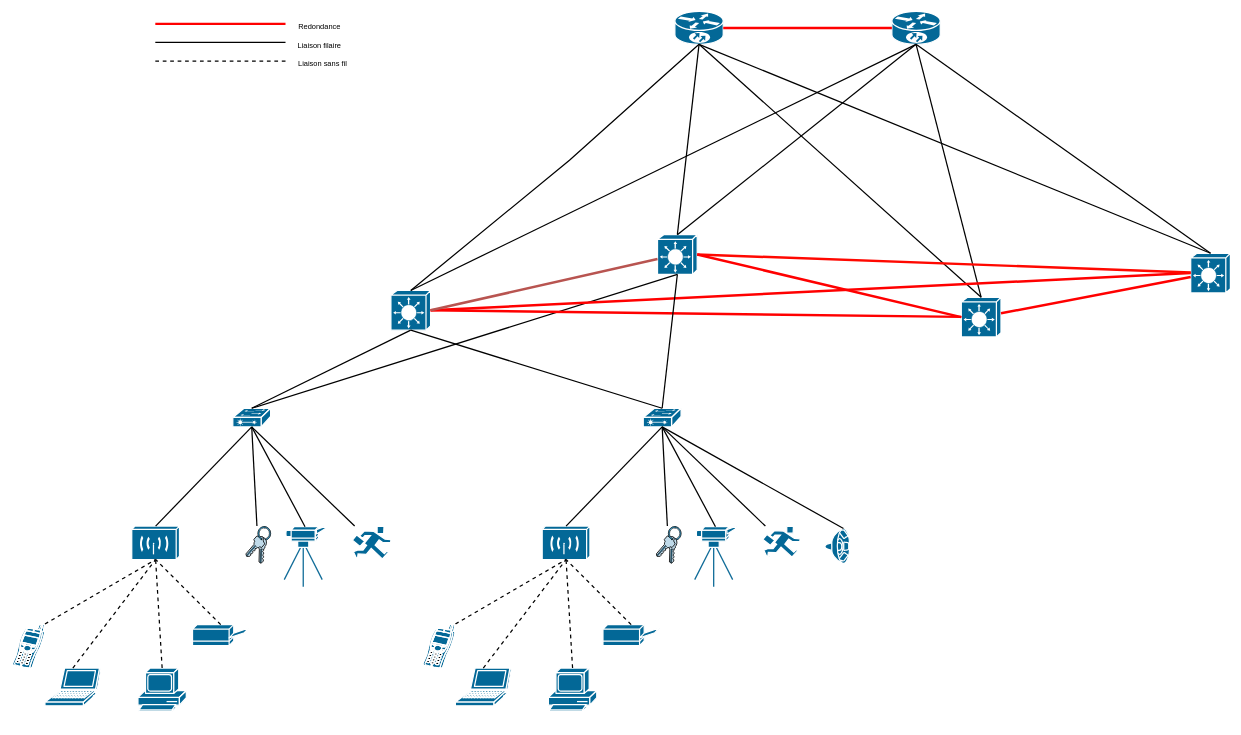
This is schémas/Diagramme sans nom.drawio from MaoenD/Projet_R-seau, a draw.io file, before an edit. Source tidied: cells renumbered, new cells numbered last; positions are measured from the earlier drawing's top-left corner, leaving out a move shared by most shapes. Both pictures are drawn from the tidied source at 62%, with x=0, y=0 at pixel (11, 11).
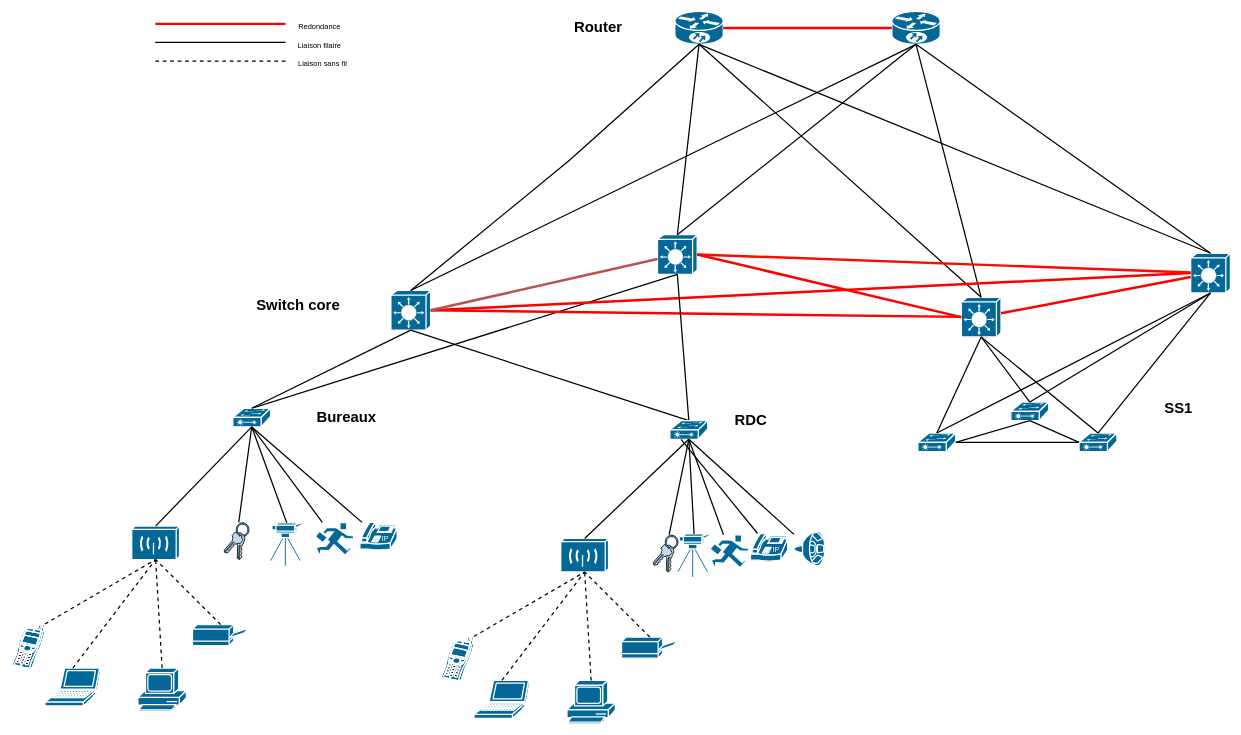
The same page after the edit.

Commit message (it also covers changes not shown here):
Mettre à jour Diagramme sans nom.drawio

Unchanged cells that the change refers to:
```xml
<mxCell id="3" style="shape=mxgraph.cisco.switches.layer_3_switch;sketch=0;html=1;dashed=0;fillColor=#036897;strokeColor=#ffffff;strokeWidth=2;verticalLabelPosition=bottom;verticalAlign=top;align=center;outlineConnect=0;" parent="1" vertex="1">
  <mxGeometry x="612" y="450" width="64" height="64" as="geometry" />
</mxCell>
<mxCell id="4" style="shape=mxgraph.cisco.switches.layer_3_switch;sketch=0;html=1;dashed=0;fillColor=#036897;strokeColor=#ffffff;strokeWidth=2;verticalLabelPosition=bottom;verticalAlign=top;align=center;outlineConnect=0;" parent="1" vertex="1">
  <mxGeometry x="1042" y="360" width="64" height="64" as="geometry" />
</mxCell>
<mxCell id="5" style="shape=mxgraph.cisco.switches.layer_3_switch;sketch=0;html=1;dashed=0;fillColor=#036897;strokeColor=#ffffff;strokeWidth=2;verticalLabelPosition=bottom;verticalAlign=top;align=center;outlineConnect=0;" parent="1" vertex="1">
  <mxGeometry x="1532" y="461" width="64" height="64" as="geometry" />
</mxCell>
<mxCell id="6" style="shape=mxgraph.cisco.switches.layer_3_switch;sketch=0;html=1;dashed=0;fillColor=#036897;strokeColor=#ffffff;strokeWidth=2;verticalLabelPosition=bottom;verticalAlign=top;align=center;outlineConnect=0;" parent="1" vertex="1">
  <mxGeometry x="1902" y="390" width="64" height="64" as="geometry" />
</mxCell>
<mxCell id="9" style="shape=mxgraph.cisco.switches.layer_2_remote_switch;sketch=0;html=1;dashed=0;fillColor=#036897;strokeColor=#ffffff;strokeWidth=2;verticalLabelPosition=bottom;verticalAlign=top;align=center;outlineConnect=0;" parent="1" vertex="1">
  <mxGeometry x="357" y="640" width="61" height="30" as="geometry" />
</mxCell>
```

Diff of the diagram source:
```diff
@@
     <mxCell id="14" style="shape=mxgraph.cisco.computers_and_peripherals.video_camera;sketch=0;html=1;dashed=0;fillColor=#036897;strokeColor=#ffffff;strokeWidth=2;verticalLabelPosition=bottom;verticalAlign=top;align=center;outlineConnect=0;" parent="1" vertex="1">
-      <mxGeometry x="440" y="830" width="67" height="98" as="geometry" />
+      <mxGeometry x="418" y="824" width="52" height="70" as="geometry" />
     </mxCell>
-    <mxCell id="15" style="shape=mxgraph.cisco.computers_and_peripherals.speaker;sketch=0;html=1;dashed=0;fillColor=#036897;strokeColor=#ffffff;strokeWidth=2;verticalLabelPosition=bottom;verticalAlign=top;align=center;outlineConnect=0;" parent="1" vertex="1">
-      <mxGeometry x="1312" y="834" width="40" height="56" as="geometry" />
-    </mxCell>
@@
     <mxCell id="33" style="shape=mxgraph.cisco.misc.keys;sketch=0;html=1;dashed=0;fillColor=#036897;strokeColor=#ffffff;strokeWidth=2;verticalLabelPosition=bottom;verticalAlign=top;align=center;outlineConnect=0;" parent="1" vertex="1">
-      <mxGeometry x="377" y="830" width="41" height="60" as="geometry" />
+      <mxGeometry x="342" y="824" width="41" height="60" as="geometry" />
     </mxCell>
     <mxCell id="34" style="shape=mxgraph.cisco.misc.telecommuter_icon;sketch=0;html=1;dashed=0;fillColor=#036897;strokeColor=#ffffff;strokeWidth=2;verticalLabelPosition=bottom;verticalAlign=top;align=center;outlineConnect=0;" parent="1" vertex="1">
-      <mxGeometry x="550" y="830" width="62" height="53" as="geometry" />
+      <mxGeometry x="490" y="824" width="62" height="53" as="geometry" />
     </mxCell>
@@
-    <mxCell id="43" style="shape=mxgraph.cisco.switches.layer_2_remote_switch;sketch=0;html=1;dashed=0;fillColor=#036897;strokeColor=#ffffff;strokeWidth=2;verticalLabelPosition=bottom;verticalAlign=top;align=center;outlineConnect=0;" parent="1" vertex="1">
-      <mxGeometry x="1019" y="640" width="61" height="30" as="geometry" />
-    </mxCell>
-    <mxCell id="44" style="shape=mxgraph.cisco.wireless.wireless_transport;sketch=0;html=1;dashed=0;fillColor=#036897;strokeColor=#ffffff;strokeWidth=2;verticalLabelPosition=bottom;verticalAlign=top;align=center;outlineConnect=0;" parent="1" vertex="1">
-      <mxGeometry x="856" y="830" width="77" height="54" as="geometry" />
-    </mxCell>
-    <mxCell id="45" style="shape=mxgraph.cisco.computers_and_peripherals.printer;sketch=0;html=1;dashed=0;fillColor=#036897;strokeColor=#ffffff;strokeWidth=2;verticalLabelPosition=bottom;verticalAlign=top;align=center;outlineConnect=0;" parent="1" vertex="1">
-      <mxGeometry x="954" y="989" width="91" height="34" as="geometry" />
-    </mxCell>
-    <mxCell id="46" style="shape=mxgraph.cisco.computers_and_peripherals.pc;sketch=0;html=1;dashed=0;fillColor=#036897;strokeColor=#ffffff;strokeWidth=2;verticalLabelPosition=bottom;verticalAlign=top;align=center;outlineConnect=0;" parent="1" vertex="1">
-      <mxGeometry x="866" y="1059" width="78" height="70" as="geometry" />
-    </mxCell>
-    <mxCell id="47" style="shape=mxgraph.cisco.computers_and_peripherals.laptop;sketch=0;html=1;dashed=0;fillColor=#036897;strokeColor=#ffffff;strokeWidth=2;verticalLabelPosition=bottom;verticalAlign=top;align=center;outlineConnect=0;" parent="1" vertex="1">
-      <mxGeometry x="716" y="1059" width="90" height="61" as="geometry" />
-    </mxCell>
-    <mxCell id="48" style="shape=mxgraph.cisco.computers_and_peripherals.video_camera;sketch=0;html=1;dashed=0;fillColor=#036897;strokeColor=#ffffff;strokeWidth=2;verticalLabelPosition=bottom;verticalAlign=top;align=center;outlineConnect=0;" parent="1" vertex="1">
-      <mxGeometry x="1102" y="830" width="67" height="98" as="geometry" />
-    </mxCell>
-    <mxCell id="49" style="endArrow=none;html=1;rounded=0;exitX=0.5;exitY=0;exitDx=0;exitDy=0;exitPerimeter=0;entryX=0.5;entryY=1;entryDx=0;entryDy=0;entryPerimeter=0;strokeWidth=2;" parent="1" edge="1" source="44" target="43">
-      <mxGeometry relative="1" as="geometry" />
-    </mxCell>
-    <mxCell id="50" style="endArrow=none;html=1;rounded=0;entryX=0.5;entryY=1;entryDx=0;entryDy=0;entryPerimeter=0;exitX=1;exitY=0;exitDx=0;exitDy=0;exitPerimeter=0;dashed=1;strokeWidth=2;" parent="1" edge="1" source="52" target="44">
-      <mxGeometry relative="1" as="geometry" />
-    </mxCell>
-    <mxCell id="51" style="endArrow=none;html=1;rounded=0;entryX=0.5;entryY=1;entryDx=0;entryDy=0;entryPerimeter=0;exitX=0.5;exitY=0;exitDx=0;exitDy=0;exitPerimeter=0;dashed=1;strokeWidth=2;" parent="1" edge="1" source="47" target="44">
-      <mxGeometry relative="1" as="geometry" />
-    </mxCell>
-    <mxCell id="52" style="shape=mxgraph.cisco.modems_and_phones.cell_phone;sketch=0;html=1;dashed=0;fillColor=#036897;strokeColor=#ffffff;strokeWidth=2;verticalLabelPosition=bottom;verticalAlign=top;align=center;outlineConnect=0;" parent="1" vertex="1">
-      <mxGeometry x="662" y="988" width="54" height="72" as="geometry" />
-    </mxCell>
-    <mxCell id="53" style="endArrow=none;html=1;rounded=0;entryX=0.5;entryY=1;entryDx=0;entryDy=0;entryPerimeter=0;exitX=0.5;exitY=0;exitDx=0;exitDy=0;exitPerimeter=0;dashed=1;strokeWidth=2;" parent="1" edge="1" source="46" target="44">
-      <mxGeometry relative="1" as="geometry" />
-    </mxCell>
-    <mxCell id="54" style="endArrow=none;html=1;rounded=0;exitX=0.5;exitY=0;exitDx=0;exitDy=0;exitPerimeter=0;entryX=0.5;entryY=1;entryDx=0;entryDy=0;entryPerimeter=0;dashed=1;strokeWidth=2;" parent="1" edge="1" source="45" target="44">
-      <mxGeometry relative="1" as="geometry" />
-    </mxCell>
-    <mxCell id="55" style="endArrow=none;html=1;rounded=0;exitX=0.5;exitY=0.01;exitDx=0;exitDy=0;exitPerimeter=0;entryX=0.5;entryY=1;entryDx=0;entryDy=0;entryPerimeter=0;strokeWidth=2;" parent="1" edge="1" source="48" target="43">
-      <mxGeometry relative="1" as="geometry" />
-    </mxCell>
-    <mxCell id="56" style="shape=mxgraph.cisco.misc.keys;sketch=0;html=1;dashed=0;fillColor=#036897;strokeColor=#ffffff;strokeWidth=2;verticalLabelPosition=bottom;verticalAlign=top;align=center;outlineConnect=0;" parent="1" vertex="1">
-      <mxGeometry x="1039" y="830" width="41" height="60" as="geometry" />
-    </mxCell>
-    <mxCell id="57" style="shape=mxgraph.cisco.misc.telecommuter_icon;sketch=0;html=1;dashed=0;fillColor=#036897;strokeColor=#ffffff;strokeWidth=2;verticalLabelPosition=bottom;verticalAlign=top;align=center;outlineConnect=0;" parent="1" vertex="1">
-      <mxGeometry x="1212" y="830" width="60" height="50" as="geometry" />
-    </mxCell>
-    <mxCell id="58" style="endArrow=none;html=1;rounded=0;entryX=0.5;entryY=1;entryDx=0;entryDy=0;entryPerimeter=0;strokeWidth=2;" parent="1" edge="1" source="56" target="43">
-      <mxGeometry relative="1" as="geometry" />
-    </mxCell>
-    <mxCell id="59" style="endArrow=none;html=1;rounded=0;exitX=0.5;exitY=1;exitDx=0;exitDy=0;exitPerimeter=0;strokeWidth=2;" parent="1" edge="1" source="43" target="57">
-      <mxGeometry relative="1" as="geometry" />
-    </mxCell>
-    <mxCell id="60" style="endArrow=none;html=1;rounded=0;entryX=0.5;entryY=1;entryDx=0;entryDy=0;entryPerimeter=0;exitX=0.75;exitY=0;exitDx=0;exitDy=0;exitPerimeter=0;strokeWidth=2;" parent="1" edge="1" source="15" target="43">
-      <mxGeometry relative="1" as="geometry" />
-    </mxCell>
-    <mxCell id="61" style="endArrow=none;html=1;rounded=0;exitX=0.5;exitY=0;exitDx=0;exitDy=0;exitPerimeter=0;entryX=0.5;entryY=1;entryDx=0;entryDy=0;entryPerimeter=0;strokeWidth=2;" parent="1" edge="1" source="43" target="3">
+    <mxCell id="61" style="endArrow=none;html=1;rounded=0;exitX=0.5;exitY=0;exitDx=0;exitDy=0;exitPerimeter=0;entryX=0.5;entryY=1;entryDx=0;entryDy=0;entryPerimeter=0;strokeWidth=2;" parent="1" edge="1" source="71" target="3">
       <mxGeometry relative="1" as="geometry" />
     </mxCell>
-    <mxCell id="62" style="endArrow=none;html=1;rounded=0;exitX=0.5;exitY=0;exitDx=0;exitDy=0;exitPerimeter=0;entryX=0.5;entryY=1;entryDx=0;entryDy=0;entryPerimeter=0;strokeWidth=2;" parent="1" edge="1" source="43" target="4">
+    <mxCell id="62" style="endArrow=none;html=1;rounded=0;exitX=0.5;exitY=0;exitDx=0;exitDy=0;exitPerimeter=0;entryX=0.5;entryY=1;entryDx=0;entryDy=0;entryPerimeter=0;strokeWidth=2;" parent="1" edge="1" source="71" target="4">
       <mxGeometry relative="1" as="geometry" />
     </mxCell>
@@
+    <mxCell id="69" style="shape=mxgraph.cisco.modems_and_phones.ip_phone;sketch=0;html=1;dashed=0;fillColor=#036897;strokeColor=#ffffff;strokeWidth=2;verticalLabelPosition=bottom;verticalAlign=top;align=center;outlineConnect=0;" parent="1" vertex="1">
+      <mxGeometry x="562" y="824" width="60" height="46" as="geometry" />
+    </mxCell>
+    <mxCell id="70" style="endArrow=none;html=1;rounded=0;entryX=0.5;entryY=1;entryDx=0;entryDy=0;entryPerimeter=0;strokeWidth=2;" parent="1" edge="1" source="69" target="9">
+      <mxGeometry relative="1" as="geometry" />
+    </mxCell>
+    <mxCell id="71" style="shape=mxgraph.cisco.switches.layer_2_remote_switch;sketch=0;html=1;dashed=0;fillColor=#036897;strokeColor=#ffffff;strokeWidth=2;verticalLabelPosition=bottom;verticalAlign=top;align=center;outlineConnect=0;" parent="1" vertex="1">
+      <mxGeometry x="1062" y="660" width="61" height="30" as="geometry" />
+    </mxCell>
+    <mxCell id="72" style="shape=mxgraph.cisco.wireless.wireless_transport;sketch=0;html=1;dashed=0;fillColor=#036897;strokeColor=#ffffff;strokeWidth=2;verticalLabelPosition=bottom;verticalAlign=top;align=center;outlineConnect=0;" parent="1" vertex="1">
+      <mxGeometry x="886" y="850" width="77" height="54" as="geometry" />
+    </mxCell>
+    <mxCell id="73" style="shape=mxgraph.cisco.computers_and_peripherals.printer;sketch=0;html=1;dashed=0;fillColor=#036897;strokeColor=#ffffff;strokeWidth=2;verticalLabelPosition=bottom;verticalAlign=top;align=center;outlineConnect=0;" parent="1" vertex="1">
+      <mxGeometry x="984" y="1009" width="91" height="34" as="geometry" />
+    </mxCell>
+    <mxCell id="74" style="shape=mxgraph.cisco.computers_and_peripherals.pc;sketch=0;html=1;dashed=0;fillColor=#036897;strokeColor=#ffffff;strokeWidth=2;verticalLabelPosition=bottom;verticalAlign=top;align=center;outlineConnect=0;" parent="1" vertex="1">
+      <mxGeometry x="896" y="1079" width="78" height="70" as="geometry" />
+    </mxCell>
+    <mxCell id="75" style="shape=mxgraph.cisco.computers_and_peripherals.laptop;sketch=0;html=1;dashed=0;fillColor=#036897;strokeColor=#ffffff;strokeWidth=2;verticalLabelPosition=bottom;verticalAlign=top;align=center;outlineConnect=0;" parent="1" vertex="1">
+      <mxGeometry x="746" y="1079" width="90" height="61" as="geometry" />
+    </mxCell>
+    <mxCell id="76" style="shape=mxgraph.cisco.computers_and_peripherals.video_camera;sketch=0;html=1;dashed=0;fillColor=#036897;strokeColor=#ffffff;strokeWidth=2;verticalLabelPosition=bottom;verticalAlign=top;align=center;outlineConnect=0;" parent="1" vertex="1">
+      <mxGeometry x="1075" y="842" width="52" height="70" as="geometry" />
+    </mxCell>
+    <mxCell id="77" style="endArrow=none;html=1;rounded=0;exitX=0.5;exitY=0;exitDx=0;exitDy=0;exitPerimeter=0;entryX=0.5;entryY=1;entryDx=0;entryDy=0;entryPerimeter=0;strokeWidth=2;" parent="1" edge="1" source="72" target="71">
+      <mxGeometry relative="1" as="geometry" />
+    </mxCell>
+    <mxCell id="78" style="endArrow=none;html=1;rounded=0;entryX=0.5;entryY=1;entryDx=0;entryDy=0;entryPerimeter=0;exitX=1;exitY=0;exitDx=0;exitDy=0;exitPerimeter=0;dashed=1;strokeWidth=2;" parent="1" edge="1" source="80" target="72">
+      <mxGeometry relative="1" as="geometry" />
+    </mxCell>
+    <mxCell id="79" style="endArrow=none;html=1;rounded=0;entryX=0.5;entryY=1;entryDx=0;entryDy=0;entryPerimeter=0;exitX=0.5;exitY=0;exitDx=0;exitDy=0;exitPerimeter=0;dashed=1;strokeWidth=2;" parent="1" edge="1" source="75" target="72">
+      <mxGeometry relative="1" as="geometry" />
+    </mxCell>
+    <mxCell id="80" style="shape=mxgraph.cisco.modems_and_phones.cell_phone;sketch=0;html=1;dashed=0;fillColor=#036897;strokeColor=#ffffff;strokeWidth=2;verticalLabelPosition=bottom;verticalAlign=top;align=center;outlineConnect=0;" parent="1" vertex="1">
+      <mxGeometry x="692" y="1008" width="54" height="72" as="geometry" />
+    </mxCell>
+    <mxCell id="81" style="endArrow=none;html=1;rounded=0;entryX=0.5;entryY=1;entryDx=0;entryDy=0;entryPerimeter=0;exitX=0.5;exitY=0;exitDx=0;exitDy=0;exitPerimeter=0;dashed=1;strokeWidth=2;" parent="1" edge="1" source="74" target="72">
+      <mxGeometry relative="1" as="geometry" />
+    </mxCell>
+    <mxCell id="82" style="endArrow=none;html=1;rounded=0;exitX=0.5;exitY=0;exitDx=0;exitDy=0;exitPerimeter=0;entryX=0.5;entryY=1;entryDx=0;entryDy=0;entryPerimeter=0;dashed=1;strokeWidth=2;" parent="1" edge="1" source="73" target="72">
+      <mxGeometry relative="1" as="geometry" />
+    </mxCell>
+    <mxCell id="83" style="endArrow=none;html=1;rounded=0;exitX=0.5;exitY=0.01;exitDx=0;exitDy=0;exitPerimeter=0;entryX=0.5;entryY=1;entryDx=0;entryDy=0;entryPerimeter=0;strokeWidth=2;" parent="1" edge="1" source="76" target="71">
+      <mxGeometry relative="1" as="geometry" />
+    </mxCell>
+    <mxCell id="84" style="shape=mxgraph.cisco.misc.keys;sketch=0;html=1;dashed=0;fillColor=#036897;strokeColor=#ffffff;strokeWidth=2;verticalLabelPosition=bottom;verticalAlign=top;align=center;outlineConnect=0;" parent="1" vertex="1">
+      <mxGeometry x="1034" y="844" width="41" height="60" as="geometry" />
+    </mxCell>
+    <mxCell id="85" style="shape=mxgraph.cisco.misc.telecommuter_icon;sketch=0;html=1;dashed=0;fillColor=#036897;strokeColor=#ffffff;strokeWidth=2;verticalLabelPosition=bottom;verticalAlign=top;align=center;outlineConnect=0;" parent="1" vertex="1">
+      <mxGeometry x="1127" y="844" width="62" height="53" as="geometry" />
+    </mxCell>
+    <mxCell id="86" style="endArrow=none;html=1;rounded=0;entryX=0.5;entryY=1;entryDx=0;entryDy=0;entryPerimeter=0;strokeWidth=2;" parent="1" edge="1" source="84" target="71">
+      <mxGeometry relative="1" as="geometry" />
+    </mxCell>
+    <mxCell id="87" style="endArrow=none;html=1;rounded=0;exitX=0.5;exitY=1;exitDx=0;exitDy=0;exitPerimeter=0;strokeWidth=2;" parent="1" edge="1" source="71" target="85">
+      <mxGeometry relative="1" as="geometry" />
+    </mxCell>
+    <mxCell id="88" style="shape=mxgraph.cisco.modems_and_phones.ip_phone;sketch=0;html=1;dashed=0;fillColor=#036897;strokeColor=#ffffff;strokeWidth=2;verticalLabelPosition=bottom;verticalAlign=top;align=center;outlineConnect=0;" parent="1" vertex="1">
+      <mxGeometry x="1192" y="842" width="60" height="46" as="geometry" />
+    </mxCell>
+    <mxCell id="89" style="endArrow=none;html=1;rounded=0;strokeWidth=2;" parent="1" edge="1" source="88">
+      <mxGeometry relative="1" as="geometry">
+        <mxPoint x="1080" y="690" as="targetPoint" />
+      </mxGeometry>
+    </mxCell>
+    <mxCell id="90" style="shape=mxgraph.cisco.computers_and_peripherals.speaker;sketch=0;html=1;dashed=0;fillColor=#036897;strokeColor=#ffffff;strokeWidth=2;verticalLabelPosition=bottom;verticalAlign=top;align=center;outlineConnect=0;" parent="1" vertex="1">
+      <mxGeometry x="1262" y="838" width="50" height="56" as="geometry" />
+    </mxCell>
+    <mxCell id="91" style="endArrow=none;html=1;rounded=0;strokeWidth=2;entryX=0.5;entryY=1;entryDx=0;entryDy=0;entryPerimeter=0;" parent="1" edge="1" source="90" target="71">
+      <mxGeometry relative="1" as="geometry" />
+    </mxCell>
+    <mxCell id="92" style="shape=mxgraph.cisco.switches.layer_2_remote_switch;sketch=0;html=1;dashed=0;fillColor=#036897;strokeColor=#ffffff;strokeWidth=2;verticalLabelPosition=bottom;verticalAlign=top;align=center;outlineConnect=0;" parent="1" vertex="1">
+      <mxGeometry x="1612" y="630" width="61" height="30" as="geometry" />
+    </mxCell>
+    <mxCell id="93" style="shape=mxgraph.cisco.switches.layer_2_remote_switch;sketch=0;html=1;dashed=0;fillColor=#036897;strokeColor=#ffffff;strokeWidth=2;verticalLabelPosition=bottom;verticalAlign=top;align=center;outlineConnect=0;" parent="1" vertex="1">
+      <mxGeometry x="1722" y="680" width="61" height="30" as="geometry" />
+    </mxCell>
+    <mxCell id="94" style="shape=mxgraph.cisco.switches.layer_2_remote_switch;sketch=0;html=1;dashed=0;fillColor=#036897;strokeColor=#ffffff;strokeWidth=2;verticalLabelPosition=bottom;verticalAlign=top;align=center;outlineConnect=0;" parent="1" vertex="1">
+      <mxGeometry x="1462" y="680" width="61" height="30" as="geometry" />
+    </mxCell>
+    <mxCell id="95" style="endArrow=none;html=1;rounded=0;exitX=0;exitY=0.5;exitDx=0;exitDy=0;exitPerimeter=0;strokeWidth=2;entryX=0.5;entryY=1;entryDx=0;entryDy=0;entryPerimeter=0;" parent="1" edge="1" source="93" target="92">
+      <mxGeometry relative="1" as="geometry" />
+    </mxCell>
+    <mxCell id="96" style="endArrow=none;html=1;rounded=0;exitX=1;exitY=0.5;exitDx=0;exitDy=0;exitPerimeter=0;entryX=0;entryY=0.5;entryDx=0;entryDy=0;entryPerimeter=0;strokeWidth=2;" parent="1" edge="1" source="94" target="93">
+      <mxGeometry relative="1" as="geometry" />
+    </mxCell>
+    <mxCell id="97" style="endArrow=none;html=1;rounded=0;exitX=1;exitY=0.5;exitDx=0;exitDy=0;exitPerimeter=0;entryX=0.5;entryY=1;entryDx=0;entryDy=0;entryPerimeter=0;strokeWidth=2;" parent="1" edge="1" source="94" target="92">
+      <mxGeometry relative="1" as="geometry" />
+    </mxCell>
+    <mxCell id="98" style="endArrow=none;html=1;rounded=0;exitX=0.5;exitY=0;exitDx=0;exitDy=0;exitPerimeter=0;entryX=0.5;entryY=1;entryDx=0;entryDy=0;entryPerimeter=0;strokeWidth=2;" parent="1" edge="1" source="94" target="5">
+      <mxGeometry relative="1" as="geometry" />
+    </mxCell>
+    <mxCell id="99" style="endArrow=none;html=1;rounded=0;exitX=0.5;exitY=0;exitDx=0;exitDy=0;exitPerimeter=0;entryX=0.5;entryY=1;entryDx=0;entryDy=0;entryPerimeter=0;strokeWidth=2;" parent="1" edge="1" source="94" target="6">
+      <mxGeometry relative="1" as="geometry" />
+    </mxCell>
+    <mxCell id="100" style="endArrow=none;html=1;rounded=0;exitX=0.5;exitY=0;exitDx=0;exitDy=0;exitPerimeter=0;entryX=0.5;entryY=1;entryDx=0;entryDy=0;entryPerimeter=0;strokeWidth=2;" parent="1" edge="1" source="92" target="5">
+      <mxGeometry relative="1" as="geometry" />
+    </mxCell>
+    <mxCell id="101" style="endArrow=none;html=1;rounded=0;exitX=0.5;exitY=0;exitDx=0;exitDy=0;exitPerimeter=0;entryX=0.5;entryY=1;entryDx=0;entryDy=0;entryPerimeter=0;strokeWidth=2;" parent="1" edge="1" source="92" target="6">
+      <mxGeometry relative="1" as="geometry" />
+    </mxCell>
+    <mxCell id="102" style="endArrow=none;html=1;rounded=0;exitX=0.5;exitY=0;exitDx=0;exitDy=0;exitPerimeter=0;entryX=0.5;entryY=1;entryDx=0;entryDy=0;entryPerimeter=0;strokeWidth=2;" parent="1" edge="1" source="93" target="6">
+      <mxGeometry relative="1" as="geometry" />
+    </mxCell>
+    <mxCell id="103" style="endArrow=none;html=1;rounded=0;exitX=0.5;exitY=0;exitDx=0;exitDy=0;exitPerimeter=0;entryX=0.5;entryY=1;entryDx=0;entryDy=0;entryPerimeter=0;strokeWidth=2;" parent="1" edge="1" source="93" target="5">
+      <mxGeometry relative="1" as="geometry" />
+    </mxCell>
+    <mxCell id="104" value="RDC" style="text;strokeColor=none;fillColor=none;html=1;fontSize=24;fontStyle=1;verticalAlign=middle;align=center;" parent="1" vertex="1">
+      <mxGeometry x="1142" y="640" width="100" height="40" as="geometry" />
+    </mxCell>
+    <mxCell id="105" value="Bureaux" style="text;strokeColor=none;fillColor=none;html=1;fontSize=24;fontStyle=1;verticalAlign=middle;align=center;" parent="1" vertex="1">
+      <mxGeometry x="490" y="635" width="100" height="40" as="geometry" />
+    </mxCell>
+    <mxCell id="106" value="SS1" style="text;strokeColor=none;fillColor=none;html=1;fontSize=24;fontStyle=1;verticalAlign=middle;align=center;" parent="1" vertex="1">
+      <mxGeometry x="1832" y="620" width="100" height="40" as="geometry" />
+    </mxCell>
+    <mxCell id="107" value="Switch core" style="text;strokeColor=none;fillColor=none;html=1;fontSize=24;fontStyle=1;verticalAlign=middle;align=center;" parent="1" vertex="1">
+      <mxGeometry x="412" y="454" width="100" height="40" as="geometry" />
+    </mxCell>
+    <mxCell id="108" value="Router" style="text;strokeColor=none;fillColor=none;html=1;fontSize=24;fontStyle=1;verticalAlign=middle;align=center;" parent="1" vertex="1">
+      <mxGeometry x="896" y="5" width="100" height="40" as="geometry" />
+    </mxCell>
```
